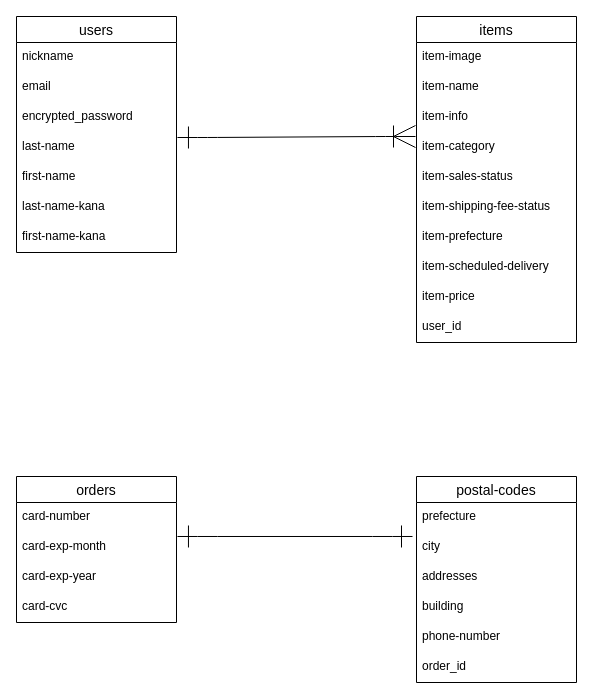
The draw.io diagram furima.dio in renren0530/furima-36041, before the edit. Source tidied: cells renumbered, new cells numbered last; positions are measured from the earlier drawing's top-left corner, leaving out a move shared by most shapes. Both pictures are drawn from the tidied source at 100%, with x=0, y=0 at pixel (16, 16).
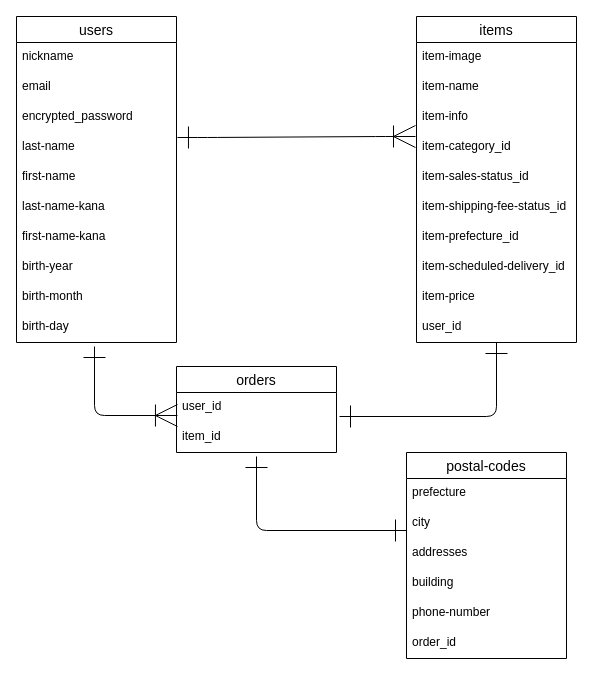
After the change.

Commit message (it also covers changes not shown here):
データベースの設計(修正1)

Unchanged cells that the change refers to:
```xml
<mxCell id="2" value="items" style="swimlane;fontStyle=0;horizontal=1;startSize=26;align=center;fontSize=14;shadow=0;" parent="1" vertex="1">
  <mxGeometry x="400" width="160" height="326" as="geometry" />
</mxCell>
<mxCell id="29" value="city" style="text;strokeColor=none;fillColor=none;spacingLeft=4;spacingRight=4;overflow=hidden;points=[[0,0.5],[1,0.5]];portConstraint=eastwest;fontSize=12;" parent="27" vertex="1">
  <mxGeometry y="56" width="160" height="30" as="geometry" />
</mxCell>
```

Diff of the diagram source:
```diff
@@
-    <mxCell id="6" value="item-category" style="text;strokeColor=none;fillColor=none;spacingLeft=4;spacingRight=4;overflow=hidden;fontSize=12;" parent="2" vertex="1">
+    <mxCell id="6" value="item-category_id" style="text;strokeColor=none;fillColor=none;spacingLeft=4;spacingRight=4;overflow=hidden;fontSize=12;" parent="2" vertex="1">
       <mxGeometry y="116" width="160" height="30" as="geometry" />
     </mxCell>
-    <mxCell id="7" value="item-sales-status" style="text;strokeColor=none;fillColor=none;spacingLeft=4;spacingRight=4;overflow=hidden;fontSize=12;" parent="2" vertex="1">
+    <mxCell id="7" value="item-sales-status_id" style="text;strokeColor=none;fillColor=none;spacingLeft=4;spacingRight=4;overflow=hidden;fontSize=12;" parent="2" vertex="1">
       <mxGeometry y="146" width="160" height="30" as="geometry" />
     </mxCell>
-    <mxCell id="8" value="item-shipping-fee-status" style="text;strokeColor=none;fillColor=none;spacingLeft=4;spacingRight=4;overflow=hidden;fontSize=12;" parent="2" vertex="1">
+    <mxCell id="8" value="item-shipping-fee-status_id" style="text;strokeColor=none;fillColor=none;spacingLeft=4;spacingRight=4;overflow=hidden;fontSize=12;" parent="2" vertex="1">
       <mxGeometry y="176" width="160" height="30" as="geometry" />
     </mxCell>
-    <mxCell id="9" value="item-prefecture" style="text;strokeColor=none;fillColor=none;spacingLeft=4;spacingRight=4;overflow=hidden;fontSize=12;" parent="2" vertex="1">
+    <mxCell id="9" value="item-prefecture_id" style="text;strokeColor=none;fillColor=none;spacingLeft=4;spacingRight=4;overflow=hidden;fontSize=12;" parent="2" vertex="1">
       <mxGeometry y="206" width="160" height="30" as="geometry" />
     </mxCell>
-    <mxCell id="10" value="item-scheduled-delivery" style="text;strokeColor=none;fillColor=none;spacingLeft=4;spacingRight=4;overflow=hidden;fontSize=12;" parent="2" vertex="1">
+    <mxCell id="10" value="item-scheduled-delivery_id" style="text;strokeColor=none;fillColor=none;spacingLeft=4;spacingRight=4;overflow=hidden;fontSize=12;" parent="2" vertex="1">
       <mxGeometry y="236" width="160" height="30" as="geometry" />
     </mxCell>
@@
     <mxCell id="13" value="users" style="swimlane;fontStyle=0;horizontal=1;startSize=26;align=center;fontSize=14;" parent="1" vertex="1">
-      <mxGeometry width="160" height="236" as="geometry" />
+      <mxGeometry width="160" height="326" as="geometry" />
     </mxCell>
@@
+    <mxCell id="35" value="birth-year" style="text;strokeColor=none;fillColor=none;spacingLeft=4;spacingRight=4;overflow=hidden;fontSize=12;" parent="13" vertex="1">
+      <mxGeometry y="236" width="160" height="30" as="geometry" />
+    </mxCell>
+    <mxCell id="36" value="birth-month" style="text;strokeColor=none;fillColor=none;spacingLeft=4;spacingRight=4;overflow=hidden;fontSize=12;" parent="13" vertex="1">
+      <mxGeometry y="266" width="160" height="30" as="geometry" />
+    </mxCell>
+    <mxCell id="37" value="birth-day" style="text;strokeColor=none;fillColor=none;spacingLeft=4;spacingRight=4;overflow=hidden;fontSize=12;" parent="13" vertex="1">
+      <mxGeometry y="296" width="160" height="30" as="geometry" />
+    </mxCell>
@@
     <mxCell id="22" value="orders" style="swimlane;fontStyle=0;horizontal=1;startSize=26;align=center;fontSize=14;" parent="1" vertex="1">
-      <mxGeometry y="460" width="160" height="146" as="geometry" />
+      <mxGeometry x="160" y="350" width="160" height="86" as="geometry" />
     </mxCell>
-    <mxCell id="23" value="card-number" style="text;strokeColor=none;fillColor=none;spacingLeft=4;spacingRight=4;overflow=hidden;fontSize=12;" parent="22" vertex="1">
-      <mxGeometry y="26" width="160" height="30" as="geometry" />
-    </mxCell>
-    <mxCell id="24" value="card-exp-month" style="text;strokeColor=none;fillColor=none;spacingLeft=4;spacingRight=4;overflow=hidden;points=[[0,0.5],[1,0.5]];portConstraint=eastwest;fontSize=12;" parent="22" vertex="1">
-      <mxGeometry y="56" width="160" height="30" as="geometry" />
-    </mxCell>
-    <mxCell id="25" value="card-exp-year" style="text;strokeColor=none;fillColor=none;spacingLeft=4;spacingRight=4;overflow=hidden;fontSize=12;" parent="22" vertex="1">
-      <mxGeometry y="86" width="160" height="30" as="geometry" />
-    </mxCell>
-    <mxCell id="26" value="card-cvc" style="text;strokeColor=none;fillColor=none;spacingLeft=4;spacingRight=4;overflow=hidden;fontSize=12;" parent="22" vertex="1">
-      <mxGeometry y="116" width="160" height="30" as="geometry" />
-    </mxCell>
+    <mxCell id="38" value="user_id" style="text;strokeColor=none;fillColor=none;spacingLeft=4;spacingRight=4;overflow=hidden;points=[[0,0.5],[1,0.5]];portConstraint=eastwest;fontSize=12;" parent="22" vertex="1">
+      <mxGeometry y="26" width="160" height="30" as="geometry" />
+    </mxCell>
+    <mxCell id="39" value="item_id" style="text;strokeColor=none;fillColor=none;spacingLeft=4;spacingRight=4;overflow=hidden;fontSize=12;" parent="22" vertex="1">
+      <mxGeometry y="56" width="160" height="30" as="geometry" />
+    </mxCell>
     <mxCell id="27" value="postal-codes" style="swimlane;fontStyle=0;horizontal=1;startSize=26;align=center;fontSize=14;" parent="1" vertex="1">
-      <mxGeometry x="400" y="460" width="160" height="206" as="geometry" />
+      <mxGeometry x="390" y="436" width="160" height="206" as="geometry" />
     </mxCell>
@@
-    <mxCell id="34" style="edgeStyle=entityRelationEdgeStyle;fontSize=12;html=1;endArrow=ERone;endFill=0;startSize=20;endSize=20;strokeWidth=1;align=center;verticalAlign=middle;startArrow=ERone;startFill=0;exitX=1.006;exitY=0.133;exitDx=0;exitDy=0;exitPerimeter=0;entryX=-0.025;entryY=0.133;entryDx=0;entryDy=0;entryPerimeter=0;" parent="1" edge="1" source="24" target="29">
-      <mxGeometry relative="1" as="geometry" />
-    </mxCell>
+    <mxCell id="40" style="edgeStyle=segmentEdgeStyle;endArrow=ERone;html=1;fontSize=1;startSize=20;endSize=20;startArrow=ERone;startFill=0;endFill=0;" parent="1" edge="1">
+      <mxGeometry relative="1" as="geometry">
+        <mxPoint x="323" y="400" as="sourcePoint" />
+        <mxPoint x="480" y="326" as="targetPoint" />
+      </mxGeometry>
+    </mxCell>
+    <mxCell id="41" style="edgeStyle=segmentEdgeStyle;endArrow=ERone;html=1;fontSize=1;startSize=20;endSize=20;exitX=0.006;exitY=0.767;exitDx=0;exitDy=0;exitPerimeter=0;startArrow=ERoneToMany;startFill=0;endFill=0;" parent="1" edge="1" source="38">
+      <mxGeometry relative="1" as="geometry">
+        <mxPoint x="78" y="330" as="targetPoint" />
+        <Array as="points">
+          <mxPoint x="78" y="399" />
+        </Array>
+      </mxGeometry>
+    </mxCell>
+    <mxCell id="42" style="edgeStyle=segmentEdgeStyle;endArrow=ERone;html=1;fontSize=1;startSize=20;endSize=20;startArrow=ERone;startFill=0;endFill=0;" parent="1" edge="1">
+      <mxGeometry relative="1" as="geometry">
+        <mxPoint x="390" y="514" as="sourcePoint" />
+        <mxPoint x="240" y="440" as="targetPoint" />
+        <Array as="points">
+          <mxPoint x="240" y="514" />
+        </Array>
+      </mxGeometry>
+    </mxCell>
```
